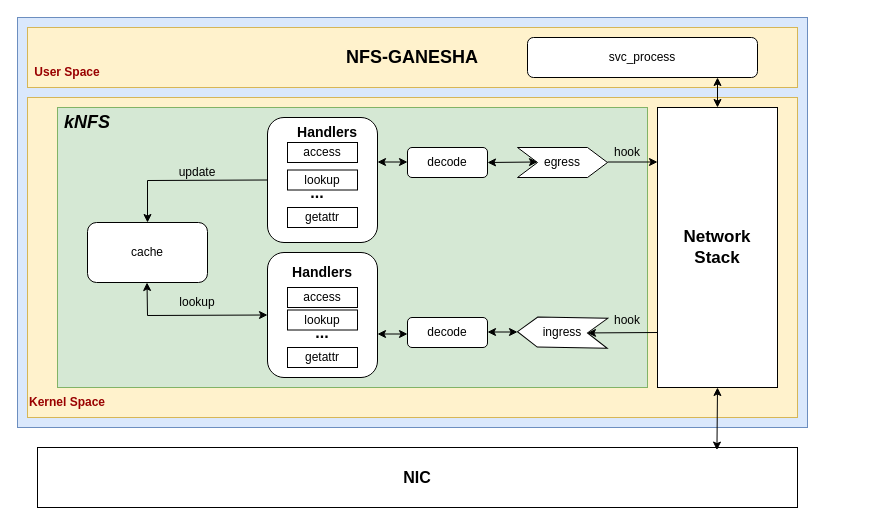
Above: os竞赛项目框架图.drawio in Kakoyi945/cloud (draw.io), before the change. Source tidied: cells renumbered, new cells numbered last; positions are measured from the earlier drawing's top-left corner, leaving out a move shared by most shapes. Both pictures are drawn from the tidied source at 100%, with x=0, y=0 at pixel (17, 17).
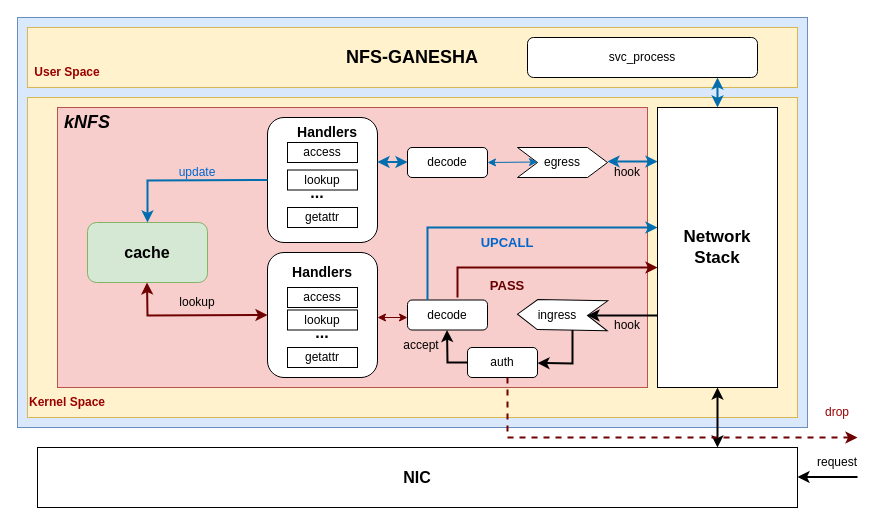
After the change.

Commit message:
更新os竞赛项目框架图.drawio

Unchanged cells that the change refers to:
```xml
<mxCell id="3" value="&lt;b&gt;&lt;font style=&quot;font-size: 16px;&quot;&gt;NIC&lt;/font&gt;&lt;/b&gt;" style="rounded=0;whiteSpace=wrap;html=1;" parent="1" vertex="1">
  <mxGeometry x="20" y="430" width="760" height="60" as="geometry" />
</mxCell>
<mxCell id="10" value="&lt;b style=&quot;font-size: 17px;&quot;&gt;Network&lt;br&gt;Stack&lt;/b&gt;" style="rounded=0;whiteSpace=wrap;html=1;" parent="1" vertex="1">
  <mxGeometry x="640" y="90" width="120" height="280" as="geometry" />
</mxCell>
<mxCell id="14" style="rounded=1;whiteSpace=wrap;html=1;" parent="1" vertex="1">
  <mxGeometry x="250" y="235" width="110" height="125" as="geometry" />
</mxCell>
<mxCell id="26" value="decode" style="rounded=1;whiteSpace=wrap;html=1;" parent="1" vertex="1">
  <mxGeometry x="390" y="130" width="80" height="30" as="geometry" />
</mxCell>
<mxCell id="35" style="rounded=1;whiteSpace=wrap;html=1;" parent="1" vertex="1">
  <mxGeometry x="250" y="100" width="110" height="125" as="geometry" />
</mxCell>
```

The edit, as a diff of the source:
```diff
@@
-    <mxCell id="8" style="rounded=0;whiteSpace=wrap;html=1;fillColor=#d5e8d4;strokeColor=#82b366;" parent="1" vertex="1">
+    <mxCell id="8" style="rounded=0;whiteSpace=wrap;html=1;fillColor=#f8cecc;strokeColor=#b85450;" parent="1" vertex="1">
       <mxGeometry x="40" y="90" width="590" height="280" as="geometry" />
     </mxCell>
@@
-    <mxCell id="11" value="cache" style="rounded=1;whiteSpace=wrap;html=1;" parent="1" vertex="1">
+    <mxCell id="11" value="&lt;b&gt;&lt;font style=&quot;font-size: 16px;&quot;&gt;cache&lt;/font&gt;&lt;/b&gt;" style="rounded=1;whiteSpace=wrap;html=1;fillColor=#d5e8d4;strokeColor=#82b366;" parent="1" vertex="1">
       <mxGeometry x="70" y="205" width="120" height="60" as="geometry" />
     </mxCell>
     <mxCell id="12" value="decode" style="rounded=1;whiteSpace=wrap;html=1;" parent="1" vertex="1">
-      <mxGeometry x="390" y="300" width="80" height="30" as="geometry" />
+      <mxGeometry x="390" y="282.5" width="80" height="30" as="geometry" />
     </mxCell>
@@
-    <mxCell id="21" style="endArrow=classic;startArrow=classic;html=1;rounded=0;exitX=0.894;exitY=0.043;exitDx=0;exitDy=0;exitPerimeter=0;entryX=0.5;entryY=1;entryDx=0;entryDy=0;" parent="1" edge="1" source="3" target="10">
-      <mxGeometry relative="1" as="geometry" />
+    <mxCell id="21" style="endArrow=classic;startArrow=classic;html=1;rounded=0;entryX=0.5;entryY=1;entryDx=0;entryDy=0;strokeWidth=2;" parent="1" edge="1" target="10">
+      <mxGeometry relative="1" as="geometry">
+        <mxPoint x="700" y="430" as="sourcePoint" />
+      </mxGeometry>
     </mxCell>
     <mxCell id="22" style="shape=step;perimeter=stepPerimeter;whiteSpace=wrap;html=1;fixedSize=1;rotation=-179;" parent="1" vertex="1">
-      <mxGeometry x="500" y="300" width="90" height="30" as="geometry" />
+      <mxGeometry x="500" y="282.5" width="90" height="30" as="geometry" />
     </mxCell>
     <mxCell id="23" value="ingress" style="text;html=1;strokeColor=none;fillColor=none;align=center;verticalAlign=middle;whiteSpace=wrap;rounded=0;" parent="1" vertex="1">
-      <mxGeometry x="515" y="300" width="60" height="30" as="geometry" />
+      <mxGeometry x="510" y="282.5" width="60" height="30" as="geometry" />
     </mxCell>
-    <mxCell id="24" style="endArrow=classic;html=1;rounded=0;entryX=0;entryY=0.5;entryDx=0;entryDy=0;" parent="1" edge="1" target="22">
+    <mxCell id="24" style="endArrow=classic;html=1;rounded=0;entryX=0;entryY=0.5;entryDx=0;entryDy=0;strokeWidth=2;" parent="1" edge="1" target="22">
       <mxGeometry relative="1" as="geometry">
-        <mxPoint x="640" y="315" as="sourcePoint" />
+        <mxPoint x="640" y="298" as="sourcePoint" />
       </mxGeometry>
     </mxCell>
     <mxCell id="25" value="hook" style="text;html=1;strokeColor=none;fillColor=none;align=center;verticalAlign=middle;whiteSpace=wrap;rounded=0;" parent="1" vertex="1">
-      <mxGeometry x="580" y="287.5" width="60" height="30" as="geometry" />
+      <mxGeometry x="580" y="292.5" width="60" height="30" as="geometry" />
     </mxCell>
@@
-    <mxCell id="27" style="endArrow=classic;startArrow=classic;html=1;rounded=0;" parent="1" edge="1">
-      <mxGeometry relative="1" as="geometry">
-        <mxPoint x="470" y="314.5" as="sourcePoint" />
-        <mxPoint x="500" y="314.5" as="targetPoint" />
-      </mxGeometry>
-    </mxCell>
-    <mxCell id="28" style="endArrow=classic;startArrow=classic;html=1;rounded=0;" parent="1" edge="1">
+    <mxCell id="28" style="endArrow=classic;startArrow=classic;html=1;rounded=0;fillColor=#a20025;strokeColor=#6F0000;" parent="1" edge="1">
       <mxGeometry relative="1" as="geometry">
-        <mxPoint x="360" y="316.5" as="sourcePoint" />
-        <mxPoint x="390" y="316.5" as="targetPoint" />
+        <mxPoint x="360" y="300" as="sourcePoint" />
+        <mxPoint x="390" y="300" as="targetPoint" />
       </mxGeometry>
     </mxCell>
-    <mxCell id="29" style="endArrow=classic;startArrow=classic;html=1;rounded=0;exitX=0;exitY=0.5;exitDx=0;exitDy=0;" parent="1" edge="1" source="14">
+    <mxCell id="29" style="endArrow=classic;startArrow=classic;html=1;rounded=0;exitX=0;exitY=0.5;exitDx=0;exitDy=0;strokeWidth=2;fillColor=#a20025;strokeColor=#6F0000;" parent="1" edge="1" source="14">
       <mxGeometry relative="1" as="geometry">
         <mxPoint x="129.5" y="265" as="targetPoint" />
         <Array as="points">
           <mxPoint x="130" y="298" />
         </Array>
       </mxGeometry>
     </mxCell>
@@
-    <mxCell id="31" style="endArrow=classic;html=1;rounded=0;" parent="1" edge="1">
-      <mxGeometry relative="1" as="geometry">
-        <mxPoint x="590" y="144.5" as="sourcePoint" />
-        <mxPoint x="640" y="144.5" as="targetPoint" />
-      </mxGeometry>
-    </mxCell>
     <mxCell id="32" value="hook" style="text;html=1;strokeColor=none;fillColor=none;align=center;verticalAlign=middle;whiteSpace=wrap;rounded=0;" parent="1" vertex="1">
-      <mxGeometry x="580" y="120" width="60" height="30" as="geometry" />
+      <mxGeometry x="580" y="140" width="60" height="30" as="geometry" />
     </mxCell>
-    <mxCell id="33" style="endArrow=classic;startArrow=classic;html=1;rounded=0;exitX=1;exitY=0.5;exitDx=0;exitDy=0;" parent="1" edge="1" source="26">
+    <mxCell id="33" style="endArrow=classic;startArrow=classic;html=1;rounded=0;exitX=1;exitY=0.5;exitDx=0;exitDy=0;fillColor=#1ba1e2;strokeColor=#006EAF;" parent="1" edge="1" source="26">
       <mxGeometry relative="1" as="geometry">
         <mxPoint x="520" y="144.5" as="targetPoint" />
       </mxGeometry>
     </mxCell>
-    <mxCell id="34" style="endArrow=classic;startArrow=classic;html=1;rounded=0;exitX=0.5;exitY=0;exitDx=0;exitDy=0;" parent="1" edge="1" source="10">
+    <mxCell id="34" style="endArrow=classic;startArrow=classic;html=1;rounded=0;exitX=0.5;exitY=0;exitDx=0;exitDy=0;strokeWidth=2;fillColor=#1ba1e2;strokeColor=#006EAF;" parent="1" edge="1" source="10">
       <mxGeometry relative="1" as="geometry">
         <mxPoint x="700" y="60" as="targetPoint" />
       </mxGeometry>
     </mxCell>
@@
-    <mxCell id="36" style="endArrow=classic;startArrow=classic;html=1;rounded=0;" parent="1" edge="1">
+    <mxCell id="36" style="endArrow=classic;startArrow=classic;html=1;rounded=0;strokeWidth=2;fillColor=#1ba1e2;strokeColor=#006EAF;" parent="1" edge="1">
       <mxGeometry relative="1" as="geometry">
         <mxPoint x="360" y="144.5" as="sourcePoint" />
         <mxPoint x="390" y="144.5" as="targetPoint" />
       </mxGeometry>
     </mxCell>
-    <mxCell id="37" style="endArrow=classic;html=1;rounded=0;entryX=0.5;entryY=0;entryDx=0;entryDy=0;exitX=0;exitY=0.5;exitDx=0;exitDy=0;" parent="1" edge="1" source="35" target="11">
+    <mxCell id="37" style="endArrow=classic;html=1;rounded=0;entryX=0.5;entryY=0;entryDx=0;entryDy=0;exitX=0;exitY=0.5;exitDx=0;exitDy=0;fillColor=#1ba1e2;strokeColor=#006EAF;strokeWidth=2;" parent="1" edge="1" source="35" target="11">
       <mxGeometry relative="1" as="geometry">
         <Array as="points">
           <mxPoint x="130" y="163" />
         </Array>
       </mxGeometry>
     </mxCell>
-    <mxCell id="38" value="update" style="text;html=1;strokeColor=none;fillColor=none;align=center;verticalAlign=middle;whiteSpace=wrap;rounded=0;" parent="1" vertex="1">
+    <mxCell id="38" value="&lt;font&gt;update&lt;/font&gt;" style="text;html=1;strokeColor=none;fillColor=none;align=center;verticalAlign=middle;whiteSpace=wrap;rounded=0;fontColor=#0066CC;" parent="1" vertex="1">
       <mxGeometry x="150" y="140" width="60" height="30" as="geometry" />
     </mxCell>
@@
+    <mxCell id="44" style="endArrow=classic;html=1;rounded=0;strokeWidth=2;" parent="1" edge="1">
+      <mxGeometry relative="1" as="geometry">
+        <mxPoint x="840" y="459.5" as="sourcePoint" />
+        <mxPoint x="780" y="459.5" as="targetPoint" />
+      </mxGeometry>
+    </mxCell>
+    <mxCell id="45" value="request" style="text;html=1;strokeColor=none;fillColor=none;align=center;verticalAlign=middle;whiteSpace=wrap;rounded=0;" parent="1" vertex="1">
+      <mxGeometry x="790" y="430" width="60" height="30" as="geometry" />
+    </mxCell>
+    <mxCell id="46" value="auth" style="rounded=1;whiteSpace=wrap;html=1;" parent="1" vertex="1">
+      <mxGeometry x="450" y="330" width="70" height="30" as="geometry" />
+    </mxCell>
+    <mxCell id="47" style="endArrow=classic;html=1;rounded=0;exitX=0.75;exitY=1;exitDx=0;exitDy=0;strokeWidth=2;" parent="1" edge="1" source="23">
+      <mxGeometry relative="1" as="geometry">
+        <mxPoint x="520" y="345.5" as="targetPoint" />
+        <Array as="points">
+          <mxPoint x="555" y="346" />
+        </Array>
+      </mxGeometry>
+    </mxCell>
+    <mxCell id="48" style="endArrow=classic;html=1;rounded=0;exitX=0;exitY=0.5;exitDx=0;exitDy=0;strokeWidth=2;" parent="1" edge="1" source="46">
+      <mxGeometry relative="1" as="geometry">
+        <mxPoint x="429.5" y="312.5" as="targetPoint" />
+        <Array as="points">
+          <mxPoint x="430" y="345" />
+        </Array>
+      </mxGeometry>
+    </mxCell>
+    <mxCell id="49" value="accept" style="text;html=1;strokeColor=none;fillColor=none;align=center;verticalAlign=middle;whiteSpace=wrap;rounded=0;" parent="1" vertex="1">
+      <mxGeometry x="374" y="312.5" width="60" height="30" as="geometry" />
+    </mxCell>
+    <mxCell id="50" style="endArrow=classic;html=1;rounded=0;dashed=1;fillColor=#a20025;strokeColor=#6F0000;strokeWidth=2;" parent="1" edge="1">
+      <mxGeometry relative="1" as="geometry">
+        <mxPoint x="490" y="360" as="sourcePoint" />
+        <mxPoint x="840" y="420" as="targetPoint" />
+        <Array as="points">
+          <mxPoint x="490" y="420" />
+        </Array>
+      </mxGeometry>
+    </mxCell>
+    <mxCell id="51" value="drop" style="text;html=1;align=center;verticalAlign=middle;whiteSpace=wrap;rounded=0;fontColor=#990000;" parent="1" vertex="1">
+      <mxGeometry x="790" y="380" width="60" height="30" as="geometry" />
+    </mxCell>
+    <mxCell id="52" style="endArrow=classic;html=1;rounded=0;strokeWidth=2;fillColor=#a20025;strokeColor=#6F0000;" parent="1" edge="1">
+      <mxGeometry relative="1" as="geometry">
+        <mxPoint x="440" y="280" as="sourcePoint" />
+        <mxPoint x="640" y="250" as="targetPoint" />
+        <Array as="points">
+          <mxPoint x="440" y="250" />
+        </Array>
+      </mxGeometry>
+    </mxCell>
+    <mxCell id="53" value="PASS" style="text;html=1;align=center;verticalAlign=middle;whiteSpace=wrap;rounded=0;fontColor=#660000;fontSize=13;fontStyle=1;" parent="1" vertex="1">
+      <mxGeometry x="460" y="252.5" width="60" height="30" as="geometry" />
+    </mxCell>
+    <mxCell id="54" style="endArrow=classic;html=1;rounded=0;exitX=0.25;exitY=0;exitDx=0;exitDy=0;strokeWidth=2;fillColor=#1ba1e2;strokeColor=#006EAF;" parent="1" edge="1" source="12">
+      <mxGeometry relative="1" as="geometry">
+        <mxPoint x="640" y="210" as="targetPoint" />
+        <Array as="points">
+          <mxPoint x="410" y="210" />
+        </Array>
+      </mxGeometry>
+    </mxCell>
+    <mxCell id="55" value="&lt;b&gt;&lt;font color=&quot;#0066cc&quot; style=&quot;font-size: 13px;&quot;&gt;UPCALL&lt;/font&gt;&lt;/b&gt;" style="text;html=1;strokeColor=none;fillColor=none;align=center;verticalAlign=middle;whiteSpace=wrap;rounded=0;" parent="1" vertex="1">
+      <mxGeometry x="460" y="210" width="60" height="30" as="geometry" />
+    </mxCell>
+    <mxCell id="56" style="endArrow=classic;startArrow=classic;html=1;rounded=0;fillColor=#1ba1e2;strokeColor=#006EAF;strokeWidth=2;" parent="1" edge="1">
+      <mxGeometry relative="1" as="geometry">
+        <mxPoint x="590" y="144" as="sourcePoint" />
+        <mxPoint x="640" y="144" as="targetPoint" />
+      </mxGeometry>
+    </mxCell>
```
